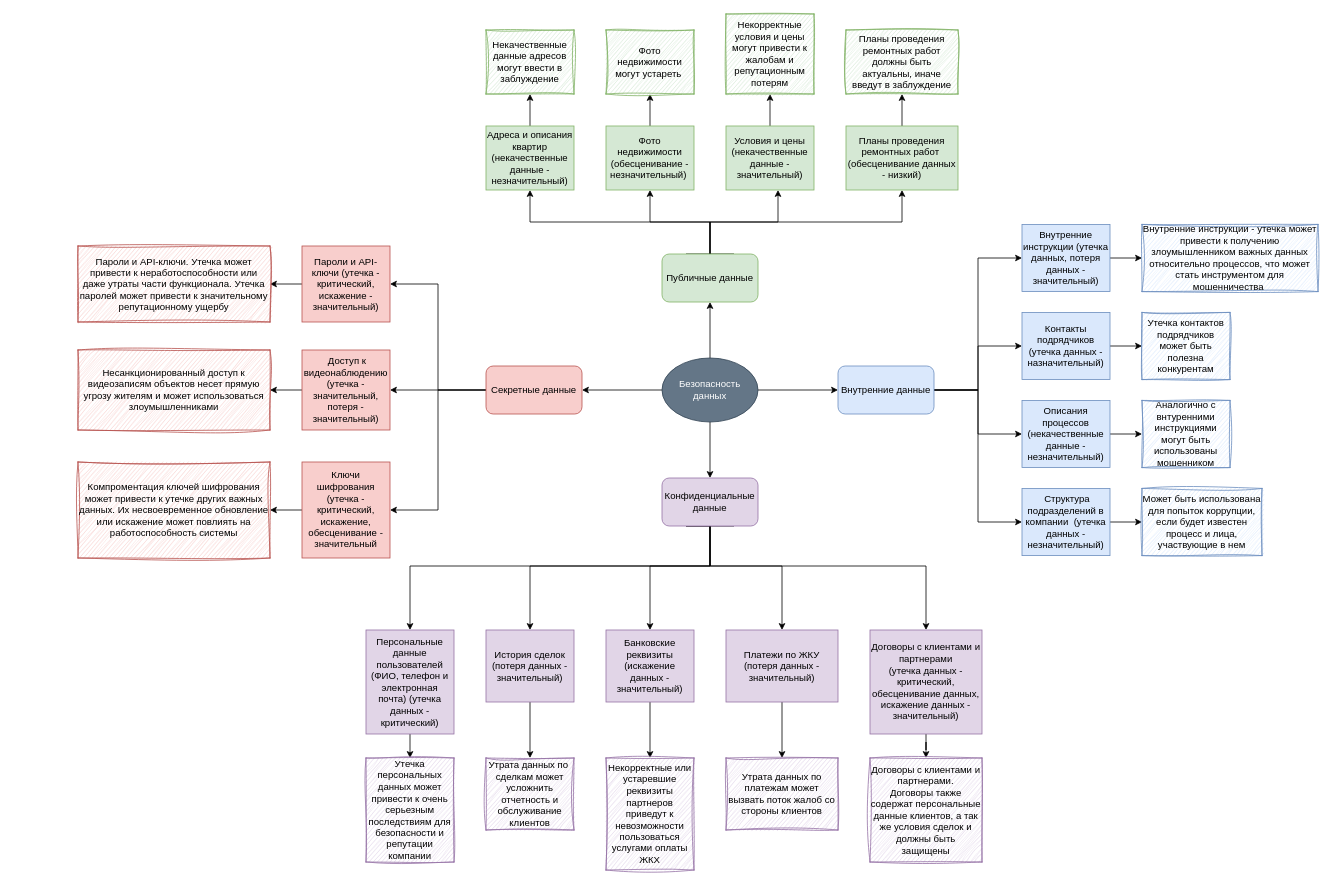
Above: Task1/mindmap.drawio in Tazya/architecture-propdevelopment (draw.io), before the change. Source tidied: cells renumbered, new cells numbered last; positions are measured from the earlier drawing's top-left corner, leaving out a move shared by most shapes. Both pictures are drawn from the tidied source at 80%, with x=0, y=0 at pixel (78, 14).
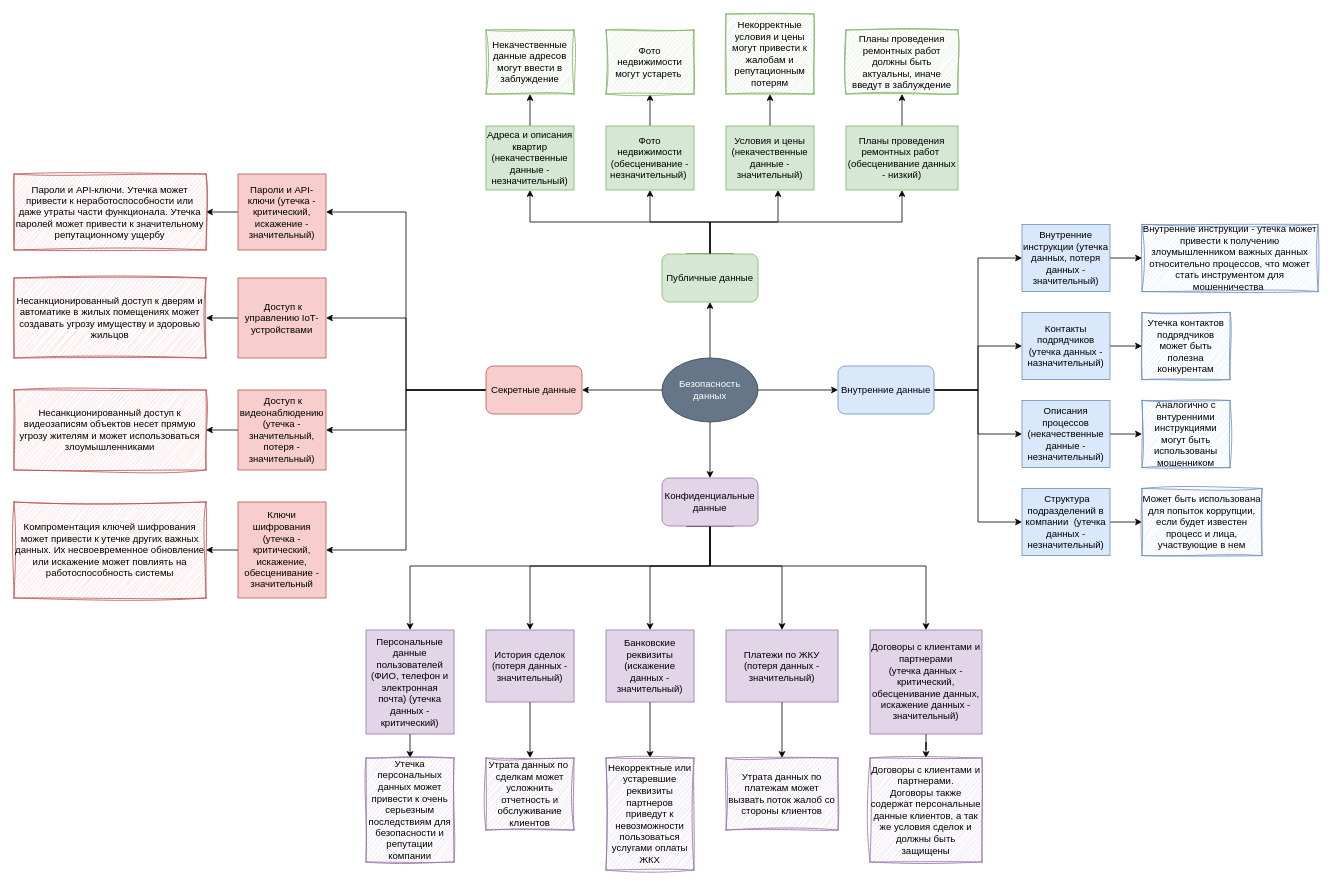
The same diagram, later.

Unchanged cells that the change refers to:
```xml
<mxCell id="26" value="Секретные данные" style="rounded=1;whiteSpace=wrap;html=1;fillColor=#f8cecc;strokeColor=#b85450;" parent="1" vertex="1">
  <mxGeometry x="510" y="440" width="120" height="60" as="geometry" />
</mxCell>
```

The edit, as a diff of the source:
```diff
@@
+    <mxCell id="75" style="edgeStyle=orthogonalEdgeStyle;rounded=0;jettySize=auto;html=1;exitX=0;exitY=0.5;exitDx=0;exitDy=0;entryX=1;entryY=0.5;entryDx=0;entryDy=0;" parent="1" edge="1" source="26" target="77">
+      <mxGeometry relative="1" as="geometry" />
+    </mxCell>
@@
     <mxCell id="54" value="Пароли и API-ключи (утечка - критический, искажение - значительный)" style="rounded=0;whiteSpace=wrap;html=1;fillColor=#f8cecc;strokeColor=#b85450;" parent="1" vertex="1">
-      <mxGeometry x="280" y="290" width="110" height="95" as="geometry" />
+      <mxGeometry x="200" y="200" width="110" height="95" as="geometry" />
     </mxCell>
@@
     <mxCell id="56" value="&amp;nbsp;Доступ к видеонаблюдению (утечка - значительный, потеря - значительный)" style="rounded=0;whiteSpace=wrap;html=1;fillColor=#f8cecc;strokeColor=#b85450;" parent="1" vertex="1">
-      <mxGeometry x="280" y="420" width="110" height="100" as="geometry" />
+      <mxGeometry x="200" y="470" width="110" height="100" as="geometry" />
     </mxCell>
@@
     <mxCell id="58" value="Ключи шифрования (утечка - критический, искажение, обесценивание - значительный" style="rounded=0;whiteSpace=wrap;html=1;fillColor=#f8cecc;strokeColor=#b85450;" parent="1" vertex="1">
-      <mxGeometry x="280" y="560" width="110" height="120" as="geometry" />
+      <mxGeometry x="200" y="610" width="110" height="120" as="geometry" />
     </mxCell>
@@
     <mxCell id="72" value="Компроментация ключей шифрования может привести к утечке других важных данных. Их несвоевременное обновление или искажение может повлиять на работоспособность системы" style="rounded=0;whiteSpace=wrap;html=1;fillColor=#f8cecc;strokeColor=#b85450;glass=0;shadow=0;sketch=1;curveFitting=1;jiggle=2;" parent="1" vertex="1">
-      <mxGeometry y="560" width="240" height="120" as="geometry" />
+      <mxGeometry x="-80" y="610" width="240" height="120" as="geometry" />
     </mxCell>
     <mxCell id="73" value="Несанкционированный доступ к видеозаписям объектов несет прямую угрозу жителям и может использоваться злоумышленниками" style="rounded=0;whiteSpace=wrap;html=1;fillColor=#f8cecc;strokeColor=#b85450;glass=0;shadow=0;sketch=1;curveFitting=1;jiggle=2;" parent="1" vertex="1">
-      <mxGeometry y="420" width="240" height="100" as="geometry" />
+      <mxGeometry x="-80" y="470" width="240" height="100" as="geometry" />
     </mxCell>
     <mxCell id="74" value="Пароли и API-ключи. Утечка может привести к неработоспособности или даже утраты части функционала. Утечка паролей может привести к значительному репутационному ущербу" style="rounded=0;whiteSpace=wrap;html=1;fillColor=#f8cecc;strokeColor=#b85450;glass=0;shadow=0;sketch=1;curveFitting=1;jiggle=2;" parent="1" vertex="1">
-      <mxGeometry y="290" width="240" height="95" as="geometry" />
+      <mxGeometry x="-80" y="200" width="240" height="95" as="geometry" />
     </mxCell>
+    <mxCell id="76" style="edgeStyle=orthogonalEdgeStyle;rounded=0;jettySize=auto;html=1;exitX=0;exitY=0.5;exitDx=0;exitDy=0;entryX=1;entryY=0.5;entryDx=0;entryDy=0;" parent="1" edge="1" source="77" target="78">
+      <mxGeometry relative="1" as="geometry" />
+    </mxCell>
+    <mxCell id="77" value="&amp;nbsp;Доступ к управлению IoT-устройствами" style="rounded=0;whiteSpace=wrap;html=1;fillColor=#f8cecc;strokeColor=#b85450;" parent="1" vertex="1">
+      <mxGeometry x="200" y="330" width="110" height="100" as="geometry" />
+    </mxCell>
+    <mxCell id="78" value="Несанкционированный доступ к дверям и автоматике в жилых помещениях может создавать угрозу имуществу и здоровью жильцов" style="rounded=0;whiteSpace=wrap;html=1;fillColor=#f8cecc;strokeColor=#b85450;glass=0;shadow=0;sketch=1;curveFitting=1;jiggle=2;" parent="1" vertex="1">
+      <mxGeometry x="-80" y="330" width="240" height="100" as="geometry" />
+    </mxCell>
```
